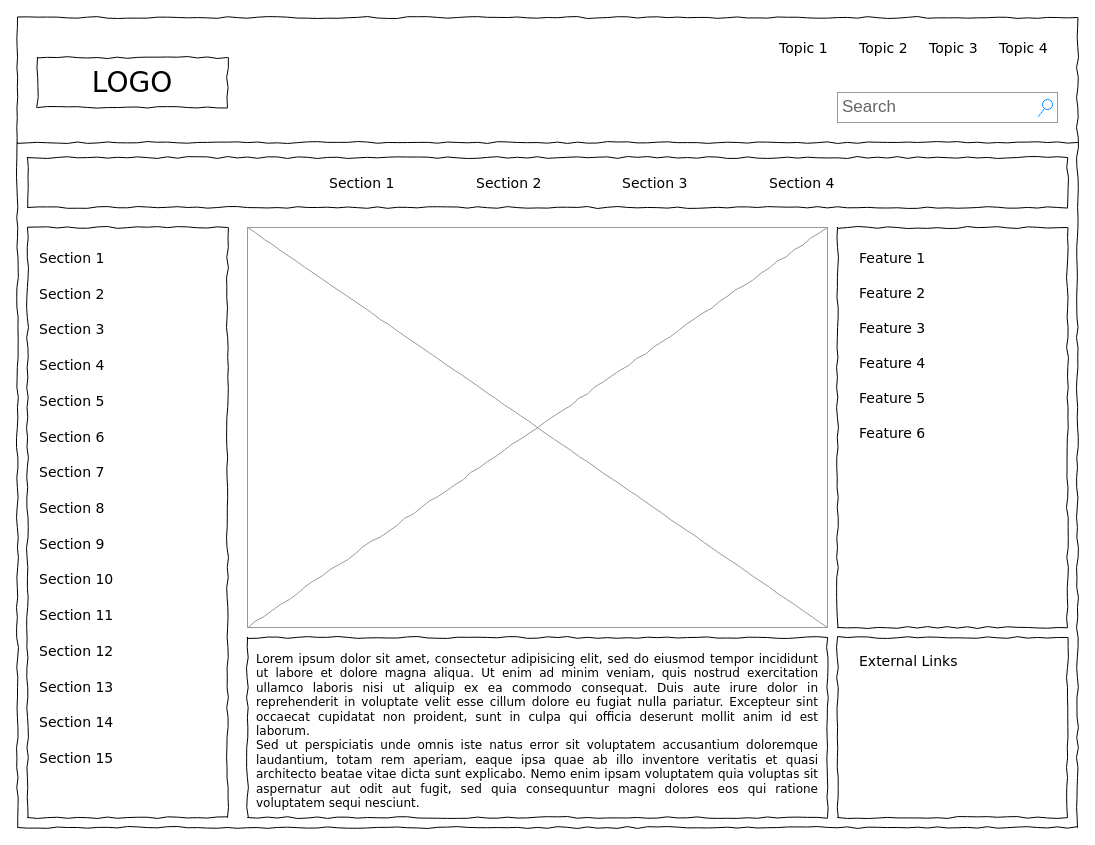
The draw.io diagram Diagrama sem nome.drawio in Victorks4/91134-Victor, before the edit. Source tidied: cells renumbered, new cells numbered last; positions are measured from the earlier drawing's top-left corner, leaving out a move shared by most shapes. Both pictures are drawn from the tidied source at 100%, with x=0, y=0 at pixel (17, 17).
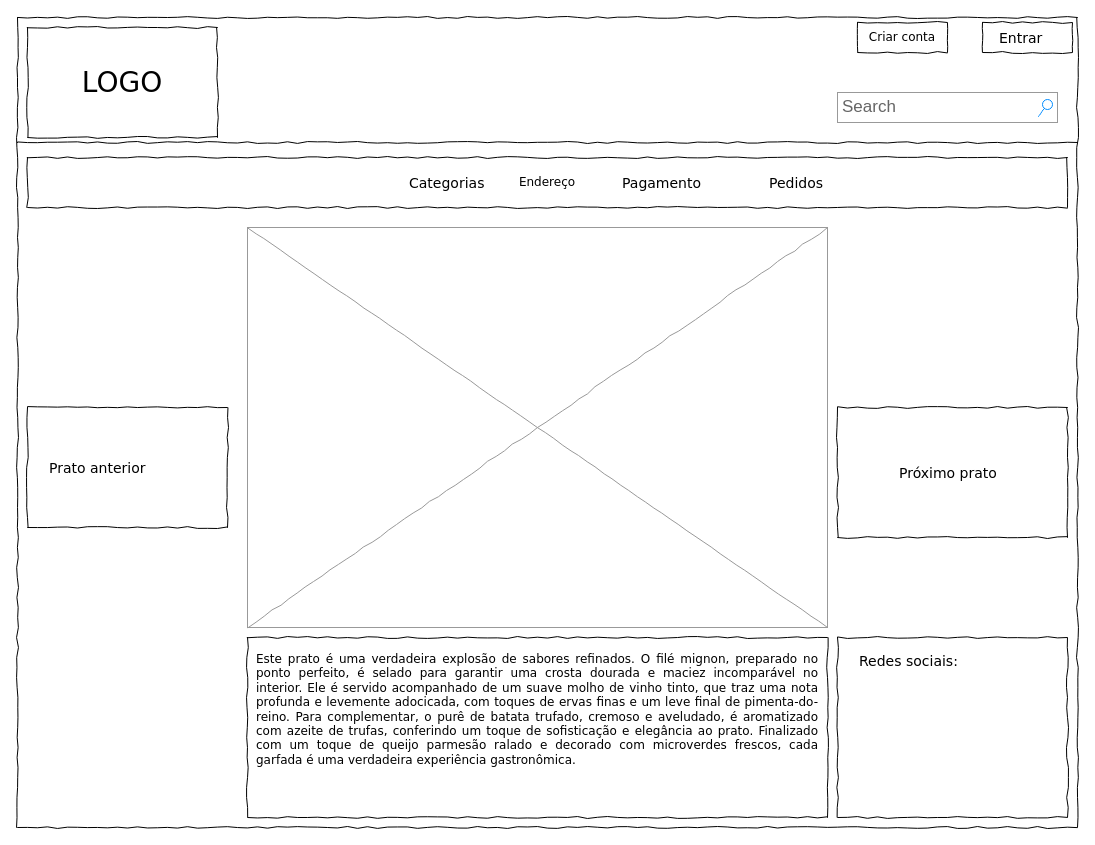
After the change.

Change to the diagram source:
```diff
@@
     <mxCell id="3" value="LOGO" style="whiteSpace=wrap;html=1;rounded=0;shadow=0;labelBackgroundColor=none;strokeWidth=1;fontFamily=Verdana;fontSize=28;align=center;comic=1;" parent="1" vertex="1">
-      <mxGeometry x="20" y="40" width="190" height="50" as="geometry" />
+      <mxGeometry x="10" y="10" width="190" height="110" as="geometry" />
     </mxCell>
@@
-    <mxCell id="5" value="Topic 1" style="text;html=1;align=left;verticalAlign=top;spacingTop=-4;fontSize=14;fontFamily=Verdana;" parent="1" vertex="1">
-      <mxGeometry x="760" y="20" width="60" height="20" as="geometry" />
-    </mxCell>
-    <mxCell id="6" value="Topic 2" style="text;html=1;align=left;verticalAlign=top;spacingTop=-4;fontSize=14;fontFamily=Verdana;" parent="1" vertex="1">
-      <mxGeometry x="840" y="20" width="60" height="20" as="geometry" />
-    </mxCell>
-    <mxCell id="7" value="Topic 3" style="text;html=1;align=left;verticalAlign=top;spacingTop=-4;fontSize=14;fontFamily=Verdana;" parent="1" vertex="1">
-      <mxGeometry x="910" y="20" width="60" height="20" as="geometry" />
-    </mxCell>
-    <mxCell id="8" value="Topic 4" style="text;html=1;align=left;verticalAlign=top;spacingTop=-4;fontSize=14;fontFamily=Verdana;" parent="1" vertex="1">
-      <mxGeometry x="980" y="20" width="60" height="20" as="geometry" />
-    </mxCell>
     <mxCell id="9" style="whiteSpace=wrap;html=1;rounded=0;shadow=0;labelBackgroundColor=none;strokeWidth=1;fillColor=none;fontFamily=Verdana;fontSize=12;align=center;comic=1;" parent="1" vertex="1">
-      <mxGeometry x="10" y="210" width="200" height="590" as="geometry" />
+      <mxGeometry x="10" y="390" width="200" height="120" as="geometry" />
     </mxCell>
@@
-    <mxCell id="11" style="whiteSpace=wrap;html=1;rounded=0;shadow=0;labelBackgroundColor=none;strokeWidth=1;fillColor=none;fontFamily=Verdana;fontSize=12;align=center;comic=1;" parent="1" vertex="1">
+    <mxCell id="11" value="Endereço" style="whiteSpace=wrap;html=1;rounded=0;shadow=0;labelBackgroundColor=none;strokeWidth=1;fillColor=none;fontFamily=Verdana;fontSize=12;align=center;comic=1;" parent="1" vertex="1">
       <mxGeometry x="10" y="140" width="1040" height="50" as="geometry" />
     </mxCell>
-    <mxCell id="12" value="Section 1" style="text;html=1;align=left;verticalAlign=top;spacingTop=-4;fontSize=14;fontFamily=Verdana;" parent="1" vertex="1">
-      <mxGeometry x="310" y="155" width="60" height="20" as="geometry" />
+    <mxCell id="12" value="Categorias" style="text;html=1;align=left;verticalAlign=top;spacingTop=-4;fontSize=14;fontFamily=Verdana;" parent="1" vertex="1">
+      <mxGeometry x="390" y="155" width="60" height="20" as="geometry" />
     </mxCell>
-    <mxCell id="13" value="Section 2" style="text;html=1;align=left;verticalAlign=top;spacingTop=-4;fontSize=14;fontFamily=Verdana;" parent="1" vertex="1">
-      <mxGeometry x="457" y="155" width="60" height="20" as="geometry" />
-    </mxCell>
-    <mxCell id="14" value="Section 3" style="text;html=1;align=left;verticalAlign=top;spacingTop=-4;fontSize=14;fontFamily=Verdana;" parent="1" vertex="1">
+    <mxCell id="14" value="Pagamento" style="text;html=1;align=left;verticalAlign=top;spacingTop=-4;fontSize=14;fontFamily=Verdana;" parent="1" vertex="1">
       <mxGeometry x="603" y="155" width="60" height="20" as="geometry" />
     </mxCell>
-    <mxCell id="15" value="Section 4" style="text;html=1;align=left;verticalAlign=top;spacingTop=-4;fontSize=14;fontFamily=Verdana;" parent="1" vertex="1">
+    <mxCell id="15" value="Pedidos&lt;div&gt;&lt;br&gt;&lt;/div&gt;" style="text;html=1;align=left;verticalAlign=top;spacingTop=-4;fontSize=14;fontFamily=Verdana;" parent="1" vertex="1">
       <mxGeometry x="750" y="155" width="60" height="20" as="geometry" />
     </mxCell>
-    <mxCell id="16" value="&lt;div style=&quot;text-align: justify&quot;&gt;&lt;span&gt;Lorem ipsum dolor sit amet, consectetur adipisicing elit, sed do eiusmod tempor incididunt ut labore et dolore magna aliqua. Ut enim ad minim veniam, quis nostrud exercitation ullamco laboris nisi ut aliquip ex ea commodo consequat. Duis aute irure dolor in reprehenderit in voluptate velit esse cillum dolore eu fugiat nulla pariatur. Excepteur sint occaecat cupidatat non proident, sunt in culpa qui officia deserunt mollit anim id est laborum.&lt;/span&gt;&lt;/div&gt;&lt;div style=&quot;text-align: justify&quot;&gt;&lt;span&gt;Sed ut perspiciatis unde omnis iste natus error sit voluptatem accusantium doloremque laudantium, totam rem aperiam, eaque ipsa quae ab illo inventore veritatis et quasi architecto beatae vitae dicta sunt explicabo. Nemo enim ipsam voluptatem quia voluptas sit aspernatur aut odit aut fugit, sed quia consequuntur magni dolores eos qui ratione voluptatem sequi nesciunt.&amp;nbsp;&lt;/span&gt;&lt;/div&gt;" style="whiteSpace=wrap;html=1;rounded=0;shadow=0;labelBackgroundColor=none;strokeWidth=1;fillColor=none;fontFamily=Verdana;fontSize=12;align=center;verticalAlign=top;spacing=10;comic=1;" parent="1" vertex="1">
+    <mxCell id="16" value="&lt;div style=&quot;text-align: justify&quot;&gt;Este prato é uma verdadeira explosão de sabores refinados. O filé mignon, preparado no ponto perfeito, é selado para garantir uma crosta dourada e maciez incomparável no interior. Ele é servido acompanhado de um suave molho de vinho tinto, que traz uma nota profunda e levemente adocicada, com toques de ervas finas e um leve final de pimenta-do-reino. Para complementar, o purê de batata trufado, cremoso e aveludado, é aromatizado com azeite de trufas, conferindo um toque de sofisticação e elegância ao prato. Finalizado com um toque de queijo parmesão ralado e decorado com microverdes frescos, cada garfada é uma verdadeira experiência gastronômica.&lt;/div&gt;" style="whiteSpace=wrap;html=1;rounded=0;shadow=0;labelBackgroundColor=none;strokeWidth=1;fillColor=none;fontFamily=Verdana;fontSize=12;align=center;verticalAlign=top;spacing=10;comic=1;" parent="1" vertex="1">
       <mxGeometry x="230" y="620" width="580" height="180" as="geometry" />
     </mxCell>
@@
     <mxCell id="18" style="whiteSpace=wrap;html=1;rounded=0;shadow=0;labelBackgroundColor=none;strokeWidth=1;fillColor=none;fontFamily=Verdana;fontSize=12;align=center;comic=1;" parent="1" vertex="1">
-      <mxGeometry x="820" y="210" width="230" height="400" as="geometry" />
+      <mxGeometry x="820" y="390" width="230" height="130" as="geometry" />
     </mxCell>
@@
-    <mxCell id="20" value="Section 1" style="text;html=1;align=left;verticalAlign=top;spacingTop=-4;fontSize=14;fontFamily=Verdana;" parent="1" vertex="1">
-      <mxGeometry x="20" y="230" width="170" height="20" as="geometry" />
-    </mxCell>
-    <mxCell id="21" value="Section 2" style="text;html=1;align=left;verticalAlign=top;spacingTop=-4;fontSize=14;fontFamily=Verdana;" parent="1" vertex="1">
-      <mxGeometry x="20" y="266" width="170" height="20" as="geometry" />
-    </mxCell>
-    <mxCell id="22" value="Section 3" style="text;html=1;align=left;verticalAlign=top;spacingTop=-4;fontSize=14;fontFamily=Verdana;" parent="1" vertex="1">
-      <mxGeometry x="20" y="301" width="170" height="20" as="geometry" />
-    </mxCell>
-    <mxCell id="23" value="Section 4" style="text;html=1;align=left;verticalAlign=top;spacingTop=-4;fontSize=14;fontFamily=Verdana;" parent="1" vertex="1">
-      <mxGeometry x="20" y="337" width="170" height="20" as="geometry" />
-    </mxCell>
-    <mxCell id="24" value="Section 7" style="text;html=1;align=left;verticalAlign=top;spacingTop=-4;fontSize=14;fontFamily=Verdana;" parent="1" vertex="1">
-      <mxGeometry x="20" y="444" width="170" height="20" as="geometry" />
-    </mxCell>
-    <mxCell id="25" value="Section 8" style="text;html=1;align=left;verticalAlign=top;spacingTop=-4;fontSize=14;fontFamily=Verdana;" parent="1" vertex="1">
-      <mxGeometry x="20" y="480" width="170" height="20" as="geometry" />
-    </mxCell>
-    <mxCell id="26" value="Section 9" style="text;html=1;align=left;verticalAlign=top;spacingTop=-4;fontSize=14;fontFamily=Verdana;" parent="1" vertex="1">
-      <mxGeometry x="20" y="516" width="170" height="20" as="geometry" />
-    </mxCell>
-    <mxCell id="27" value="Section 10" style="text;html=1;align=left;verticalAlign=top;spacingTop=-4;fontSize=14;fontFamily=Verdana;" parent="1" vertex="1">
-      <mxGeometry x="20" y="551" width="170" height="20" as="geometry" />
-    </mxCell>
-    <mxCell id="28" value="Section 11" style="text;html=1;align=left;verticalAlign=top;spacingTop=-4;fontSize=14;fontFamily=Verdana;" parent="1" vertex="1">
-      <mxGeometry x="20" y="587" width="170" height="20" as="geometry" />
-    </mxCell>
-    <mxCell id="29" value="Section 12" style="text;html=1;align=left;verticalAlign=top;spacingTop=-4;fontSize=14;fontFamily=Verdana;" parent="1" vertex="1">
-      <mxGeometry x="20" y="623" width="170" height="20" as="geometry" />
-    </mxCell>
-    <mxCell id="30" value="Section 13" style="text;html=1;align=left;verticalAlign=top;spacingTop=-4;fontSize=14;fontFamily=Verdana;" parent="1" vertex="1">
-      <mxGeometry x="20" y="659" width="170" height="20" as="geometry" />
-    </mxCell>
-    <mxCell id="31" value="Section 14" style="text;html=1;align=left;verticalAlign=top;spacingTop=-4;fontSize=14;fontFamily=Verdana;" parent="1" vertex="1">
-      <mxGeometry x="20" y="694" width="170" height="20" as="geometry" />
-    </mxCell>
-    <mxCell id="32" value="Section 5" style="text;html=1;align=left;verticalAlign=top;spacingTop=-4;fontSize=14;fontFamily=Verdana;" parent="1" vertex="1">
-      <mxGeometry x="20" y="373" width="170" height="20" as="geometry" />
-    </mxCell>
-    <mxCell id="33" value="Section 6" style="text;html=1;align=left;verticalAlign=top;spacingTop=-4;fontSize=14;fontFamily=Verdana;" parent="1" vertex="1">
-      <mxGeometry x="20" y="409" width="170" height="20" as="geometry" />
-    </mxCell>
-    <mxCell id="34" value="Section 15" style="text;html=1;align=left;verticalAlign=top;spacingTop=-4;fontSize=14;fontFamily=Verdana;" parent="1" vertex="1">
-      <mxGeometry x="20" y="730" width="170" height="20" as="geometry" />
+    <mxCell id="34" value="Prato anterior" style="text;html=1;align=left;verticalAlign=top;spacingTop=-4;fontSize=14;fontFamily=Verdana;" parent="1" vertex="1">
+      <mxGeometry x="30" y="440" width="170" height="20" as="geometry" />
     </mxCell>
-    <mxCell id="35" value="External Links" style="text;html=1;align=left;verticalAlign=top;spacingTop=-4;fontSize=14;fontFamily=Verdana;" parent="1" vertex="1">
+    <mxCell id="35" value="Redes sociais:" style="text;html=1;align=left;verticalAlign=top;spacingTop=-4;fontSize=14;fontFamily=Verdana;" parent="1" vertex="1">
       <mxGeometry x="840" y="633" width="170" height="20" as="geometry" />
     </mxCell>
-    <mxCell id="36" value="Feature 1" style="text;html=1;align=left;verticalAlign=top;spacingTop=-4;fontSize=14;fontFamily=Verdana;" parent="1" vertex="1">
-      <mxGeometry x="840" y="230" width="170" height="20" as="geometry" />
-    </mxCell>
-    <mxCell id="37" value="Feature 2" style="text;html=1;align=left;verticalAlign=top;spacingTop=-4;fontSize=14;fontFamily=Verdana;" parent="1" vertex="1">
-      <mxGeometry x="840" y="265" width="170" height="20" as="geometry" />
-    </mxCell>
-    <mxCell id="38" value="Feature 3" style="text;html=1;align=left;verticalAlign=top;spacingTop=-4;fontSize=14;fontFamily=Verdana;" parent="1" vertex="1">
-      <mxGeometry x="840" y="300" width="170" height="20" as="geometry" />
-    </mxCell>
-    <mxCell id="39" value="Feature 4" style="text;html=1;align=left;verticalAlign=top;spacingTop=-4;fontSize=14;fontFamily=Verdana;" parent="1" vertex="1">
-      <mxGeometry x="840" y="335" width="170" height="20" as="geometry" />
-    </mxCell>
-    <mxCell id="40" value="Feature 5" style="text;html=1;align=left;verticalAlign=top;spacingTop=-4;fontSize=14;fontFamily=Verdana;" parent="1" vertex="1">
-      <mxGeometry x="840" y="370" width="170" height="20" as="geometry" />
-    </mxCell>
-    <mxCell id="41" value="Feature 6" style="text;html=1;align=left;verticalAlign=top;spacingTop=-4;fontSize=14;fontFamily=Verdana;" parent="1" vertex="1">
-      <mxGeometry x="840" y="405" width="170" height="20" as="geometry" />
+    <mxCell id="41" value="Próximo prato" style="text;html=1;align=left;verticalAlign=top;spacingTop=-4;fontSize=14;fontFamily=Verdana;" parent="1" vertex="1">
+      <mxGeometry x="880" y="445" width="170" height="20" as="geometry" />
     </mxCell>
+    <mxCell id="42" value="Entrar" style="text;html=1;align=left;verticalAlign=top;spacingTop=-4;fontSize=14;fontFamily=Verdana;" parent="1" vertex="1">
+      <mxGeometry x="980" y="10" width="60" height="20" as="geometry" />
+    </mxCell>
+    <mxCell id="43" style="whiteSpace=wrap;html=1;rounded=0;shadow=0;labelBackgroundColor=none;strokeWidth=1;fillColor=none;fontFamily=Verdana;fontSize=12;align=center;comic=1;" parent="1" vertex="1">
+      <mxGeometry x="965" y="5" width="90" height="30" as="geometry" />
+    </mxCell>
+    <mxCell id="44" value="Criar conta" style="whiteSpace=wrap;html=1;rounded=0;shadow=0;labelBackgroundColor=none;strokeWidth=1;fillColor=none;fontFamily=Verdana;fontSize=12;align=center;comic=1;" parent="1" vertex="1">
+      <mxGeometry x="840" y="5" width="90" height="30" as="geometry" />
+    </mxCell>
```
